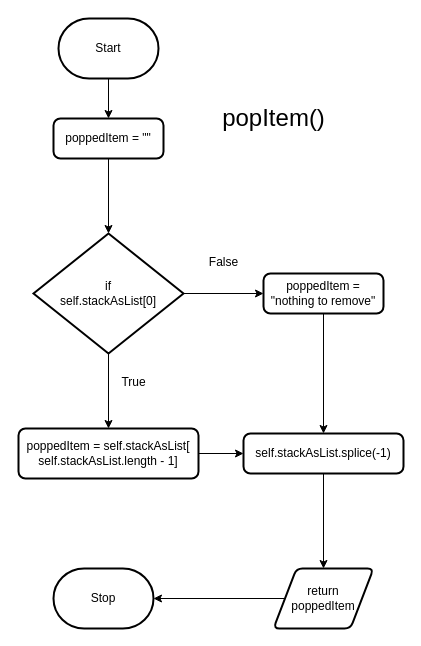
Troy-Appleby/ICS4U-Unit2-Troy-Appleby keeps this draw.io diagram as Unit2-02/flowchart.drawio. Above is the earlier version. Source tidied: cells renumbered, new cells numbered last; positions are measured from the earlier drawing's top-left corner, leaving out a move shared by most shapes. Both pictures are drawn from the tidied source at 100%, with x=0, y=0 at pixel (18, 18).
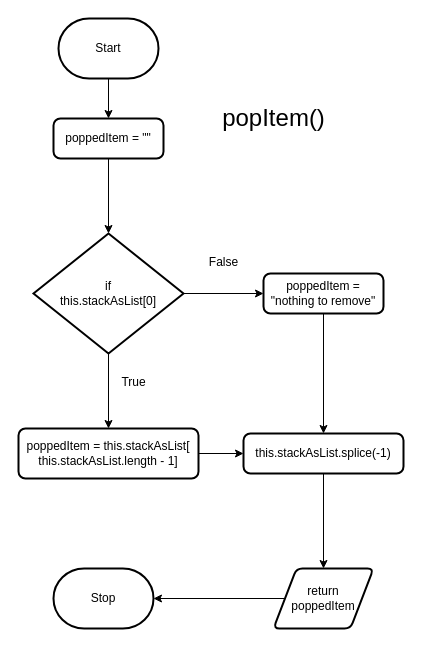
The same diagram, later.

Change to the diagram source:
```diff
@@
-    <mxCell id="9" value="if &lt;br&gt;self.stackAsList[0]" style="strokeWidth=2;html=1;shape=mxgraph.flowchart.decision;whiteSpace=wrap;" parent="1" vertex="1">
+    <mxCell id="9" value="if &lt;br&gt;this.stackAsList[0]" style="strokeWidth=2;html=1;shape=mxgraph.flowchart.decision;whiteSpace=wrap;" parent="1" vertex="1">
       <mxGeometry x="15" y="215" width="150" height="120" as="geometry" />
     </mxCell>
@@
-    <mxCell id="12" value="&lt;div&gt;poppedItem = self.stackAsList[&lt;/div&gt;&lt;div&gt;self.stackAsList.length - 1]&lt;/div&gt;" style="rounded=1;whiteSpace=wrap;html=1;absoluteArcSize=1;arcSize=14;strokeWidth=2;" parent="1" vertex="1">
+    <mxCell id="12" value="&lt;div&gt;poppedItem = this.stackAsList[&lt;/div&gt;&lt;div&gt;this.stackAsList.length - 1]&lt;/div&gt;" style="rounded=1;whiteSpace=wrap;html=1;absoluteArcSize=1;arcSize=14;strokeWidth=2;" parent="1" vertex="1">
       <mxGeometry y="410" width="180" height="50" as="geometry" />
     </mxCell>
@@
-    <mxCell id="16" value="&lt;div&gt;self.stackAsList.splice(-1)&lt;/div&gt;" style="rounded=1;whiteSpace=wrap;html=1;absoluteArcSize=1;arcSize=14;strokeWidth=2;" parent="1" vertex="1">
+    <mxCell id="16" value="&lt;div&gt;this.stackAsList.splice(-1)&lt;/div&gt;" style="rounded=1;whiteSpace=wrap;html=1;absoluteArcSize=1;arcSize=14;strokeWidth=2;" parent="1" vertex="1">
       <mxGeometry x="225" y="415" width="160" height="40" as="geometry" />
     </mxCell>
```
